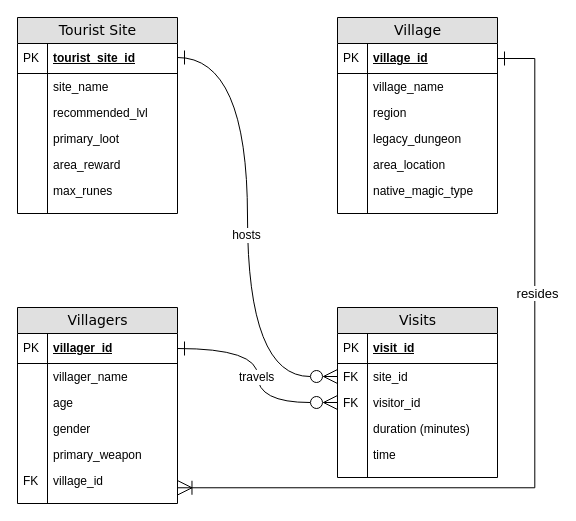
Above: ELDEN RING ERD.drawio in patrickabrena/sql-assignment-3 (draw.io), before the change. Source tidied: cells renumbered, new cells numbered last; positions are measured from the earlier drawing's top-left corner, leaving out a move shared by most shapes. Both pictures are drawn from the tidied source at 100%, with x=0, y=0 at pixel (17, 17).
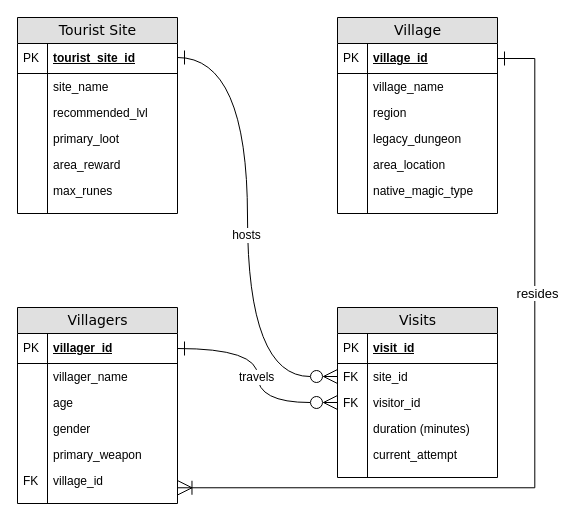
The same page after the edit.

Commit message:
changed time to current_attempt

The change refers to these unchanged cells:
```xml
<mxCell id="47" value="Visits" style="swimlane;html=1;fontStyle=0;horizontal=1;startSize=26;fillColor=#e0e0e0;swimlaneFillColor=#ffffff;align=center;rounded=0;shadow=0;comic=0;labelBackgroundColor=none;strokeWidth=1;fontFamily=Verdana;fontSize=14;" parent="1" vertex="1">
  <mxGeometry x="320" y="290" width="160" height="170" as="geometry" />
</mxCell>
```

Diff of the diagram source:
```diff
@@
-    <mxCell id="56" value="time" style="shape=partialRectangle;top=0;left=0;right=0;bottom=0;html=1;align=left;verticalAlign=top;fillColor=none;spacingLeft=34;spacingRight=4;whiteSpace=wrap;overflow=hidden;" parent="47" vertex="1">
+    <mxCell id="56" value="current_attempt" style="shape=partialRectangle;top=0;left=0;right=0;bottom=0;html=1;align=left;verticalAlign=top;fillColor=none;spacingLeft=34;spacingRight=4;whiteSpace=wrap;overflow=hidden;" parent="47" vertex="1">
       <mxGeometry y="134" width="160" height="26" as="geometry" />
     </mxCell>
```
